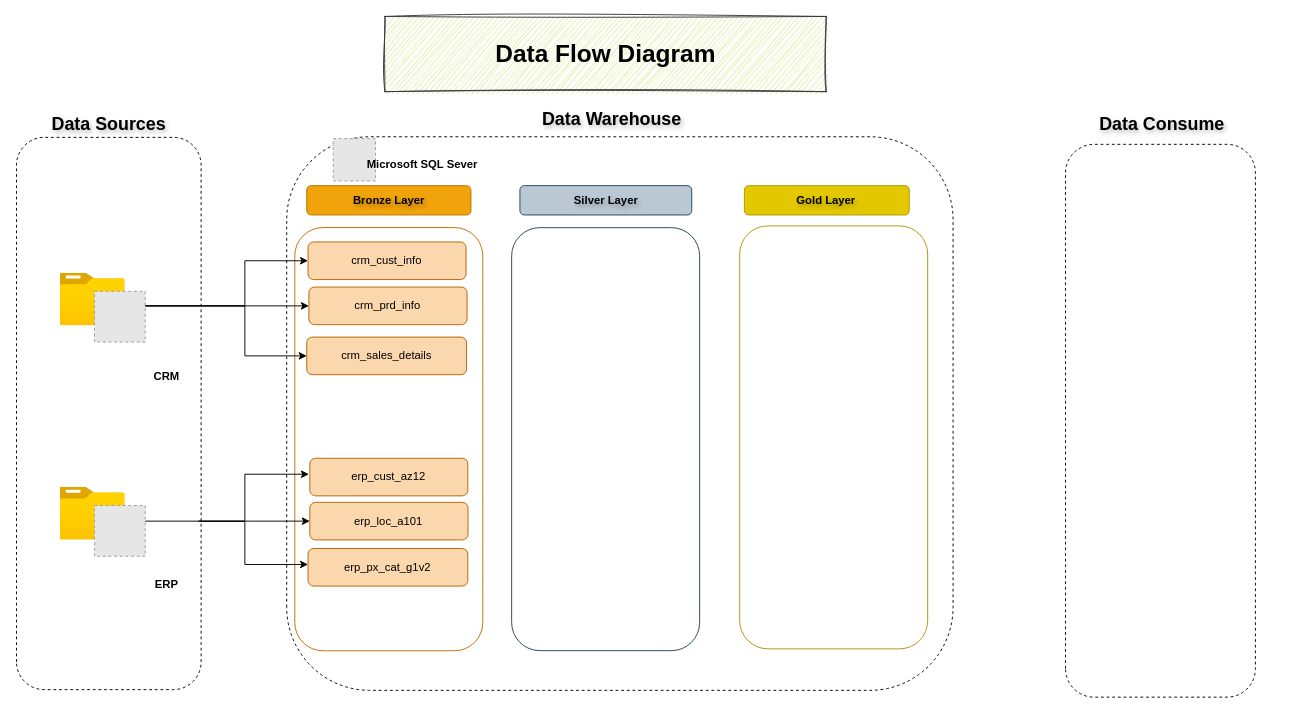
Earlier version of the draw.io diagram Documents/diagrams/Data Flow diagram.drawio (thehighskies/SQL_data_warehouse). Source tidied: cells renumbered, new cells numbered last; positions are measured from the earlier drawing's top-left corner, leaving out a move shared by most shapes. Both pictures are drawn from the tidied source at 94%, with x=0, y=0 at pixel (-168, 16). Pictures stored in the file or linked from it are replaced by grey dashed boxes.
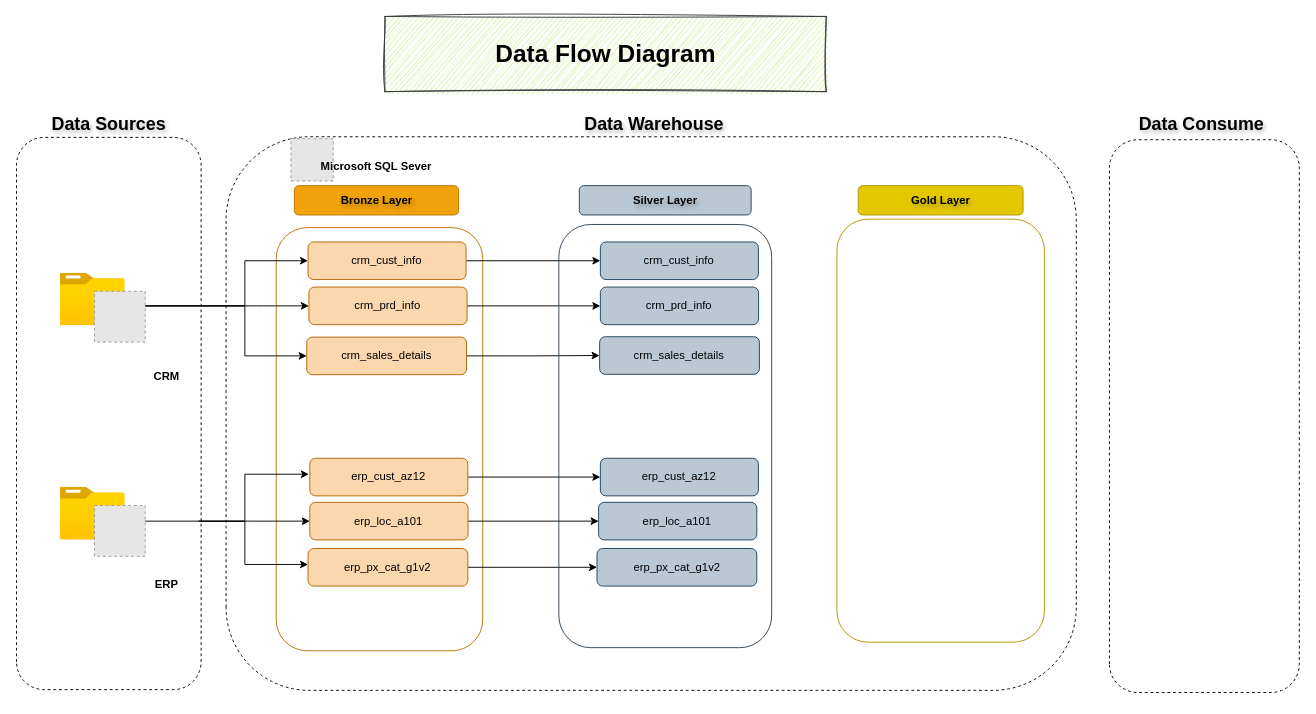
The same diagram, later.

Unchanged cells that the change refers to:
```xml
<mxCell id="29" value="crm_cust_info" style="rounded=1;whiteSpace=wrap;html=1;fillColor=#fad7ac;strokeColor=#b46504;" parent="1" vertex="1">
  <mxGeometry x="506.2" y="239.9" width="168.1" height="40" as="geometry" />
</mxCell>
<mxCell id="30" value="crm_prd_info" style="rounded=1;whiteSpace=wrap;html=1;fillColor=#fad7ac;strokeColor=#b46504;" parent="1" vertex="1">
  <mxGeometry x="507.1" y="287.9" width="168.3" height="40" as="geometry" />
</mxCell>
<mxCell id="31" value="crm_sales_details" style="rounded=1;whiteSpace=wrap;html=1;fillColor=#fad7ac;strokeColor=#b46504;" parent="1" vertex="1">
  <mxGeometry x="504.8" y="341.1" width="170" height="40" as="geometry" />
</mxCell>
<mxCell id="32" value="erp_cust_az12" style="rounded=1;whiteSpace=wrap;html=1;fillColor=#fad7ac;strokeColor=#b46504;" parent="1" vertex="1">
  <mxGeometry x="508.1" y="470" width="168.1" height="40" as="geometry" />
</mxCell>
<mxCell id="33" value="erp_loc_a101" style="rounded=1;whiteSpace=wrap;html=1;fillColor=#fad7ac;strokeColor=#b46504;" parent="1" vertex="1">
  <mxGeometry x="508.1" y="516.9" width="168.3" height="40" as="geometry" />
</mxCell>
<mxCell id="34" value="erp_px_cat_g1v2" style="rounded=1;whiteSpace=wrap;html=1;fillColor=#fad7ac;strokeColor=#b46504;" parent="1" vertex="1">
  <mxGeometry x="506.2" y="566" width="170" height="40" as="geometry" />
</mxCell>
```

What changed in the source:
```diff
@@
     <mxCell id="4" style="rounded=1;whiteSpace=wrap;html=1;rotation=-90;fillColor=none;dashed=1;strokeColor=light-dark(#000000,#B3B3B3);" parent="1" vertex="1">
-      <mxGeometry x="543.5" y="68" width="588.9" height="708.9" as="geometry" />
+      <mxGeometry x="576.8" y="-29.8" width="588.9" height="904.5" as="geometry" />
     </mxCell>
@@
     <mxCell id="6" value="&lt;span&gt;&amp;nbsp;Data Warehouse&lt;/span&gt;" style="text;html=1;whiteSpace=wrap;strokeColor=none;fillColor=none;align=center;verticalAlign=middle;rounded=0;imageAspect=1;textShadow=1;fontStyle=1;fontSize=19;" parent="1" vertex="1">
-      <mxGeometry x="702.6" y="95" width="247.5" height="30" as="geometry" />
+      <mxGeometry x="747.5" y="100" width="247.5" height="30" as="geometry" />
     </mxCell>
     <mxCell id="7" style="rounded=1;whiteSpace=wrap;html=1;rotation=-90;fillColor=none;dashed=1;strokeColor=light-dark(#000000,#B3B3B3);" parent="1" vertex="1">
-      <mxGeometry x="1119" y="329.1" width="588.1" height="202" as="geometry" />
+      <mxGeometry x="1165.7" y="324.2" width="588.1" height="202" as="geometry" />
     </mxCell>
     <mxCell id="8" value="&lt;span&gt;Data Consume&amp;nbsp;&lt;/span&gt;" style="text;html=1;whiteSpace=wrap;strokeColor=none;fillColor=none;align=center;verticalAlign=middle;rounded=0;imageAspect=1;textShadow=1;fontStyle=1;fontSize=19;" parent="1" vertex="1">
-      <mxGeometry x="1329" y="95" width="177" height="40" as="geometry" />
+      <mxGeometry x="1371.2" y="95" width="177" height="40" as="geometry" />
     </mxCell>
     <mxCell id="9" style="rounded=1;whiteSpace=wrap;html=1;rotation=-90;fillColor=none;strokeColor=#BD7000;fontColor=#000000;" parent="1" vertex="1">
-      <mxGeometry x="367" y="349.7" width="450.2" height="200" as="geometry" />
+      <mxGeometry x="357.1" y="339.9" width="450.2" height="219.7" as="geometry" />
     </mxCell>
     <mxCell id="10" value="Bronze Layer" style="rounded=1;whiteSpace=wrap;html=1;rotation=0;fillColor=#f0a30a;strokeColor=#BD7000;fontColor=#000000;textShadow=1;labelBorderColor=none;fontStyle=1;shadowOpacity=25;glass=0;shadow=0;" parent="1" vertex="1">
-      <mxGeometry x="504.8" y="180" width="174.7" height="31.2" as="geometry" />
+      <mxGeometry x="491.6" y="180" width="174.7" height="31.2" as="geometry" />
     </mxCell>
     <mxCell id="11" style="rounded=1;whiteSpace=wrap;html=1;rotation=-90;fillColor=none;strokeColor=#B09500;fontColor=#000000;" parent="1" vertex="1">
-      <mxGeometry x="840.4" y="347.8" width="450" height="200" as="geometry" />
+      <mxGeometry x="954.2" y="330.3" width="450" height="220.7" as="geometry" />
     </mxCell>
-    <mxCell id="12" style="rounded=1;whiteSpace=wrap;html=1;rotation=-90;fillColor=none;strokeColor=#23445d;" parent="1" vertex="1">
-      <mxGeometry x="597.8" y="349.7" width="450" height="200" as="geometry" />
-    </mxCell>
     <mxCell id="13" value="Silver Layer" style="rounded=1;whiteSpace=wrap;html=1;rotation=0;fillColor=#bac8d3;strokeColor=#23445d;textShadow=1;fontStyle=1;" parent="1" vertex="1">
-      <mxGeometry x="731.6" y="180" width="182.8" height="31.2" as="geometry" />
+      <mxGeometry x="794.8" y="180" width="182.8" height="31.2" as="geometry" />
     </mxCell>
     <mxCell id="14" value="Gold Layer" style="rounded=1;whiteSpace=wrap;html=1;rotation=0;fillColor=#e3c800;strokeColor=#B09500;fontColor=#000000;textShadow=1;fontStyle=1;" parent="1" vertex="1">
-      <mxGeometry x="970.4" y="180" width="175.4" height="31.2" as="geometry" />
+      <mxGeometry x="1091.5" y="180" width="175.4" height="31.2" as="geometry" />
     </mxCell>
@@
     <mxCell id="27" style="fillColor=#E6E6E6;strokeColor=#999999;dashed=1;verticalLabelPosition=bottom;labelBackgroundColor=default;verticalAlign=top;" parent="1" vertex="1">
-      <mxGeometry x="533" y="130" width="45" height="45" as="geometry" />
+      <mxGeometry x="488" y="130" width="45" height="45" as="geometry" />
     </mxCell>
     <mxCell id="28" value="&lt;b&gt;Microsoft SQL Sever&lt;/b&gt;" style="text;html=1;whiteSpace=wrap;strokeColor=none;fillColor=none;align=center;verticalAlign=middle;rounded=0;" parent="1" vertex="1">
-      <mxGeometry x="557.9" y="143" width="140" height="30" as="geometry" />
+      <mxGeometry x="509" y="145" width="140" height="30" as="geometry" />
     </mxCell>
+    <mxCell id="35" style="edgeStyle=orthogonalEdgeStyle;rounded=0;jettySize=auto;html=1;entryX=0;entryY=0.5;entryDx=0;entryDy=0;" parent="1" edge="1" source="29" target="42">
+      <mxGeometry relative="1" as="geometry" />
+    </mxCell>
@@
+    <mxCell id="36" style="edgeStyle=orthogonalEdgeStyle;rounded=0;jettySize=auto;html=1;entryX=0;entryY=0.5;entryDx=0;entryDy=0;" parent="1" edge="1" source="30" target="43">
+      <mxGeometry relative="1" as="geometry" />
+    </mxCell>
@@
+    <mxCell id="37" style="edgeStyle=orthogonalEdgeStyle;rounded=0;jettySize=auto;html=1;entryX=0;entryY=0.5;entryDx=0;entryDy=0;" parent="1" edge="1" source="31" target="44">
+      <mxGeometry relative="1" as="geometry" />
+    </mxCell>
@@
+    <mxCell id="38" style="edgeStyle=orthogonalEdgeStyle;rounded=0;jettySize=auto;html=1;entryX=0;entryY=0.5;entryDx=0;entryDy=0;" parent="1" edge="1" source="32" target="45">
+      <mxGeometry relative="1" as="geometry" />
+    </mxCell>
@@
+    <mxCell id="39" style="edgeStyle=orthogonalEdgeStyle;rounded=0;jettySize=auto;html=1;entryX=0;entryY=0.5;entryDx=0;entryDy=0;" parent="1" edge="1" source="33" target="46">
+      <mxGeometry relative="1" as="geometry" />
+    </mxCell>
@@
+    <mxCell id="40" style="edgeStyle=orthogonalEdgeStyle;rounded=0;jettySize=auto;html=1;entryX=0;entryY=0.5;entryDx=0;entryDy=0;" parent="1" edge="1" source="34" target="47">
+      <mxGeometry relative="1" as="geometry" />
+    </mxCell>
@@
+    <mxCell id="41" style="rounded=1;whiteSpace=wrap;html=1;rotation=-90;fillColor=none;strokeColor=#314354;fontColor=#ffffff;" parent="1" vertex="1">
+      <mxGeometry x="661.1" y="333.2" width="450.2" height="226.4" as="geometry" />
+    </mxCell>
+    <mxCell id="42" value="crm_cust_info" style="rounded=1;whiteSpace=wrap;html=1;fillColor=#bac8d3;strokeColor=#23445d;" parent="1" vertex="1">
+      <mxGeometry x="817.2" y="239.9" width="168.1" height="40" as="geometry" />
+    </mxCell>
+    <mxCell id="43" value="crm_prd_info" style="rounded=1;whiteSpace=wrap;html=1;fillColor=#bac8d3;strokeColor=#23445d;" parent="1" vertex="1">
+      <mxGeometry x="817.2" y="287.9" width="168.3" height="40" as="geometry" />
+    </mxCell>
+    <mxCell id="44" value="crm_sales_details" style="rounded=1;whiteSpace=wrap;html=1;fillColor=#bac8d3;strokeColor=#23445d;" parent="1" vertex="1">
+      <mxGeometry x="816.4" y="340.7" width="170" height="40" as="geometry" />
+    </mxCell>
+    <mxCell id="45" value="erp_cust_az12" style="rounded=1;whiteSpace=wrap;html=1;fillColor=#bac8d3;strokeColor=#23445d;" parent="1" vertex="1">
+      <mxGeometry x="817.2" y="470" width="168.1" height="40" as="geometry" />
+    </mxCell>
+    <mxCell id="46" value="erp_loc_a101" style="rounded=1;whiteSpace=wrap;html=1;fillColor=#bac8d3;strokeColor=#23445d;" parent="1" vertex="1">
+      <mxGeometry x="815.3" y="516.9" width="168.3" height="40" as="geometry" />
+    </mxCell>
+    <mxCell id="47" value="erp_px_cat_g1v2" style="rounded=1;whiteSpace=wrap;html=1;fillColor=#bac8d3;strokeColor=#23445d;" parent="1" vertex="1">
+      <mxGeometry x="813.6" y="566" width="170" height="40" as="geometry" />
+    </mxCell>
```
